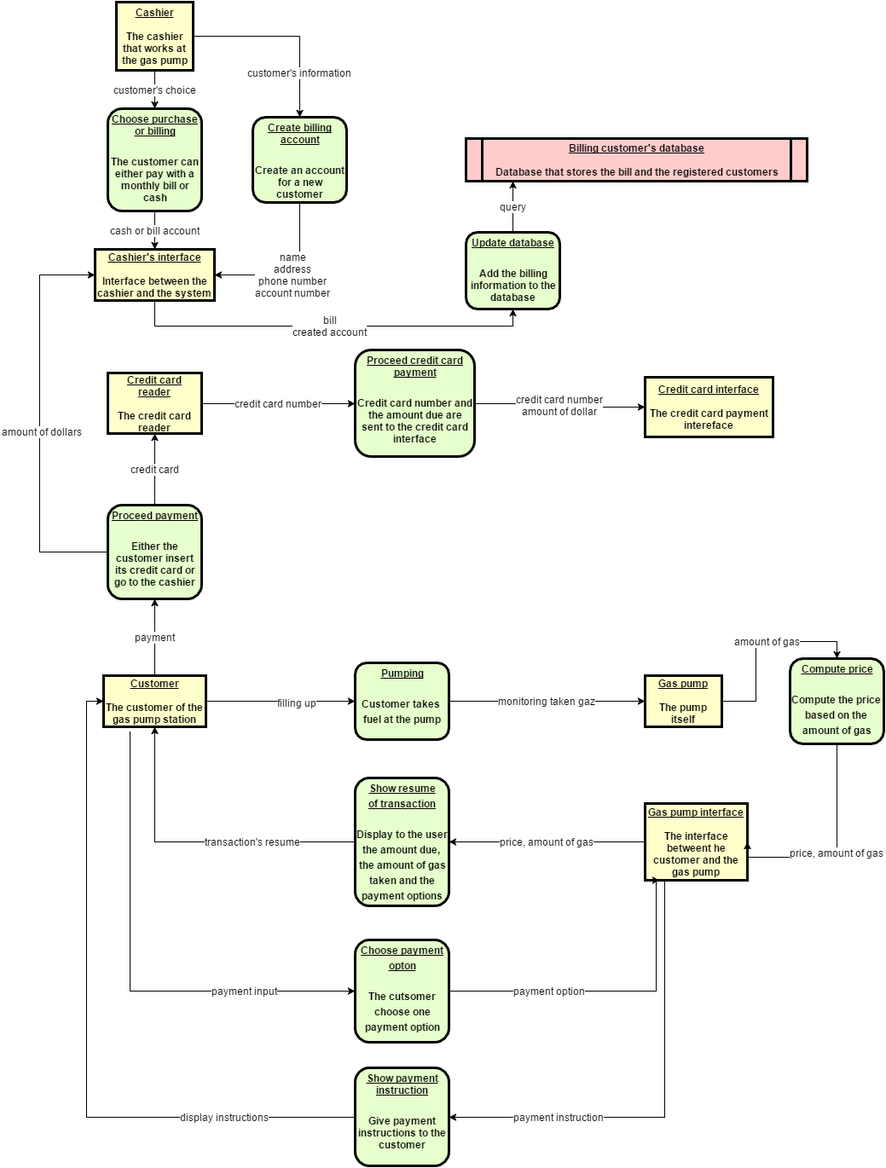
The draw.io diagram Assignment 1/data-flow-diagram.png in ahauet/LINGI2251_Development_Methods, before a commit. Source tidied: cells renumbered, new cells last; positions are measured from the earlier drawing's top-left corner, leaving out a move shared by most shapes.
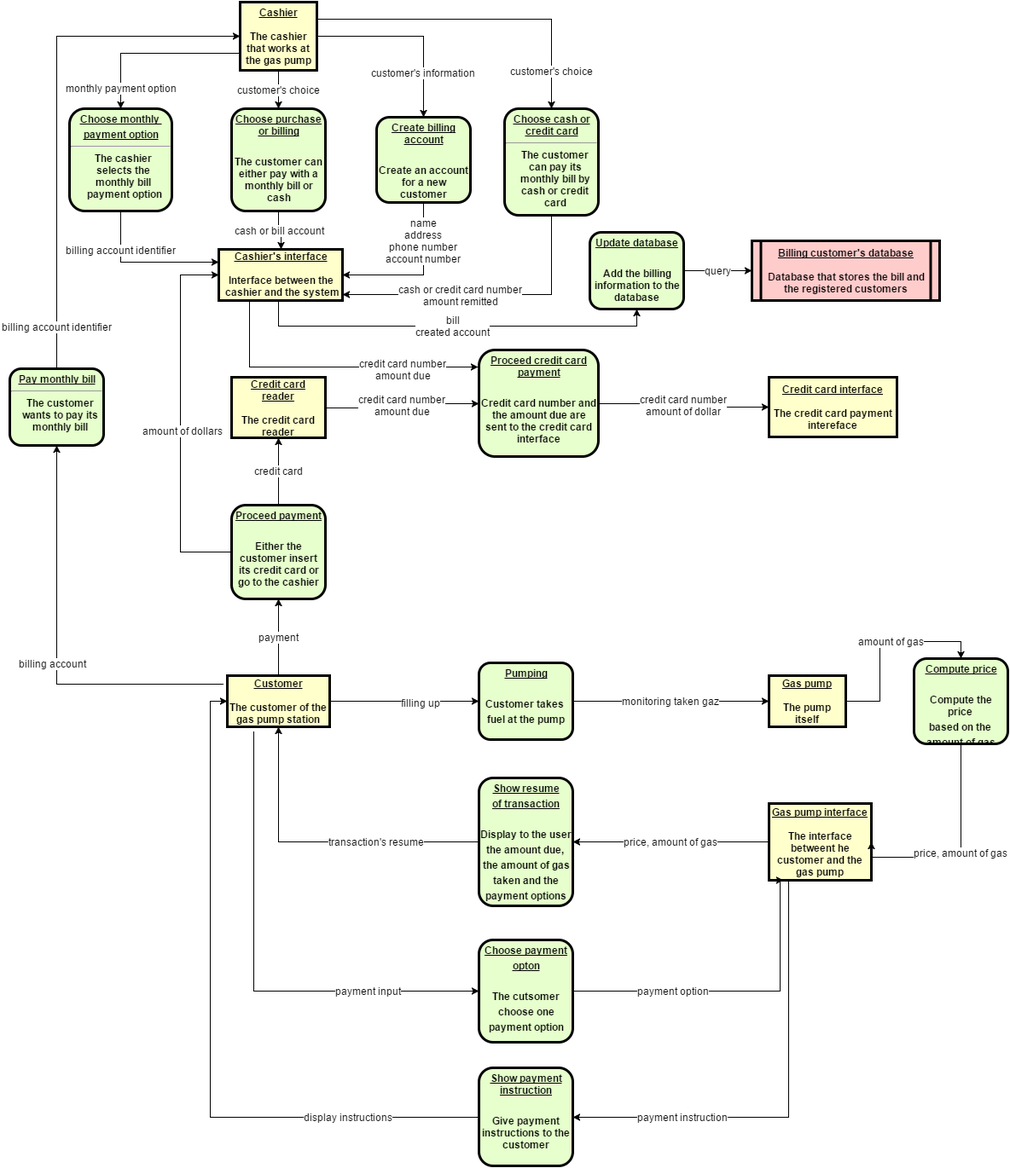
The same file after the commit.

Commit message:
update dataflow diagram

What changed in the source:
```diff
@@ -88,14 +88,26 @@
         </Array>
       </mxGeometry>
     </mxCell>
+    <mxCell id="43" style="edgeStyle=orthogonalEdgeStyle;rounded=0;html=1;exitX=0.25;exitY=1;entryX=-0.007;entryY=0.16;entryPerimeter=0;jettySize=auto;fontSize=12;" parent="1" edge="1" source="21" target="32">
+      <mxGeometry relative="1" as="geometry">
+        <Array as="points">
+          <mxPoint x="101" y="428" />
+        </Array>
+      </mxGeometry>
+    </mxCell>
+    <mxCell id="44" value="credit card number&lt;div&gt;amount due&lt;/div&gt;" style="text;html=1;align=center;verticalAlign=middle;labelBackgroundColor=#ffffff;" parent="43" vertex="1">
+      <mxGeometry y="-3" relative="1" as="geometry">
+        <mxPoint x="84" y="-1" as="offset" />
+      </mxGeometry>
+    </mxCell>
-    <mxCell id="21" value="&lt;u&gt;Cashier's interface&lt;/u&gt;&lt;div&gt;&lt;br&gt;&lt;/div&gt;&lt;div&gt;Interface between the cashier and the system&lt;/div&gt;" style="verticalAlign=middle;align=center;overflow=fill;fontSize=12;fontFamily=Helvetica;html=1;rounded=0;fontStyle=1;strokeWidth=3;fillColor=#FFFFCC;fontColor=#000000;strokeColor=#000000;" parent="1" vertex="1">
-      <mxGeometry x="65" y="290" width="140" height="60" as="geometry" />
+    <mxCell id="21" value="&lt;u&gt;Cashier's interface&lt;/u&gt;&lt;div&gt;&lt;br&gt;&lt;/div&gt;&lt;div&gt;Interface between the&lt;/div&gt;&lt;div&gt;&amp;nbsp;cashier and the system&lt;/div&gt;" style="verticalAlign=middle;align=center;overflow=fill;fontSize=12;fontFamily=Helvetica;html=1;rounded=0;fontStyle=1;strokeWidth=3;fillColor=#FFFFCC;fontColor=#000000;strokeColor=#000000;whiteSpace=wrap;" parent="1" vertex="1">
+      <mxGeometry x="65" y="290" width="145" height="60" as="geometry" />
     </mxCell>
-    <mxCell id="22" value="credit card number" style="edgeStyle=orthogonalEdgeStyle;rounded=0;html=1;exitX=1;exitY=0.5;entryX=0;entryY=0.5;jettySize=auto;fontSize=12;" parent="1" edge="1" source="23" target="32">
+    <mxCell id="22" value="credit card number&lt;div&gt;amount due&lt;/div&gt;" style="edgeStyle=orthogonalEdgeStyle;rounded=0;html=1;exitX=1;exitY=0.5;entryX=0;entryY=0.5;jettySize=auto;fontSize=12;" parent="1" edge="1" source="23" target="32">
       <mxGeometry relative="1" as="geometry" />
     </mxCell>
     <mxCell id="23" value="&lt;u&gt;Credit card reader&lt;/u&gt;&lt;div&gt;&lt;br&gt;&lt;/div&gt;&lt;div&gt;The credit card reader&lt;/div&gt;" style="whiteSpace=wrap;align=center;verticalAlign=middle;fontStyle=1;strokeWidth=3;fillColor=#FFFFCC;html=1;" parent="1" vertex="1">
-      <mxGeometry x="80" y="435" width="110" height="71" as="geometry" />
+      <mxGeometry x="80" y="440" width="110" height="71" as="geometry" />
     </mxCell>
     <mxCell id="24" value="&lt;u&gt;Credit card interface&lt;/u&gt;&lt;div&gt;&lt;br&gt;&lt;/div&gt;&lt;div&gt;The credit card payment intereface&lt;/div&gt;" style="whiteSpace=wrap;align=center;verticalAlign=middle;fontStyle=1;strokeWidth=3;fillColor=#FFFFCC;html=1;" parent="1" vertex="1">
       <mxGeometry x="710" y="440" width="150" height="70" as="geometry" />
@@ -112,14 +124,24 @@
     <mxCell id="28" style="edgeStyle=orthogonalEdgeStyle;rounded=0;html=1;exitX=0;exitY=0.5;entryX=0;entryY=0.5;jettySize=auto;fontSize=12;" parent="1" edge="1" source="30" target="21">
       <mxGeometry relative="1" as="geometry">
         <Array as="points">
-          <mxPoint y="645" />
-          <mxPoint y="320" />
+          <mxPoint x="20" y="645" />
+          <mxPoint x="20" y="320" />
         </Array>
       </mxGeometry>
     </mxCell>
     <mxCell id="29" value="amount of dollars" style="text;html=1;align=center;verticalAlign=middle;labelBackgroundColor=#ffffff;fontSize=12;" parent="28" vertex="1">
       <mxGeometry x="-0.05" y="-2" relative="1" as="geometry" />
     </mxCell>
+    <mxCell id="45" style="edgeStyle=orthogonalEdgeStyle;rounded=0;html=1;entryX=0.5;entryY=1;jettySize=auto;fontSize=12;" parent="1" edge="1" target="53">
+      <mxGeometry relative="1" as="geometry">
+        <mxPoint x="70" y="800" as="sourcePoint" />
+      </mxGeometry>
+    </mxCell>
+    <mxCell id="46" value="billing account" style="text;html=1;align=center;verticalAlign=middle;labelBackgroundColor=#ffffff;" parent="45" vertex="1">
+      <mxGeometry x="0.28" y="2" relative="1" as="geometry">
+        <mxPoint x="-3" y="85" as="offset" />
+      </mxGeometry>
+    </mxCell>
     <mxCell id="30" value="&lt;p style=&quot;margin: 0px ; margin-top: 4px ; text-align: center ; text-decoration: underline&quot;&gt;Proceed payment&lt;/p&gt;&lt;p style=&quot;margin: 0px ; margin-top: 4px ; text-align: center ; text-decoration: underline&quot;&gt;&lt;br&gt;&lt;/p&gt;&lt;p style=&quot;margin: 4px 0px 0px ; text-align: center&quot;&gt;Either the customer insert its credit card or go to the cashier&lt;/p&gt;" style="verticalAlign=middle;align=center;overflow=fill;fontSize=12;fontFamily=Helvetica;html=1;rounded=1;fontStyle=1;strokeWidth=3;fillColor=#E6FFCC;whiteSpace=wrap;" parent="1" vertex="1">
       <mxGeometry x="80" y="590" width="110" height="110" as="geometry" />
     </mxCell>
@@ -137,6 +159,22 @@
         <mxPoint x="40" y="40" as="offset" />
       </mxGeometry>
     </mxCell>
+    <mxCell id="47" style="edgeStyle=orthogonalEdgeStyle;rounded=0;html=1;exitX=0;exitY=0.75;entryX=0.5;entryY=0;jettySize=auto;fontSize=12;" parent="1" edge="1" source="35" target="56">
+      <mxGeometry relative="1" as="geometry" />
+    </mxCell>
+    <mxCell id="48" value="&lt;span&gt;monthly payment option&lt;/span&gt;" style="text;html=1;align=center;verticalAlign=middle;labelBackgroundColor=#ffffff;" parent="47" vertex="1">
+      <mxGeometry x="0.35" y="8" relative="1" as="geometry">
+        <mxPoint x="-2" y="32" as="offset" />
+      </mxGeometry>
+    </mxCell>
+    <mxCell id="49" style="edgeStyle=orthogonalEdgeStyle;rounded=0;html=1;exitX=1;exitY=0.25;entryX=0.5;entryY=0;jettySize=auto;fontSize=12;" parent="1" edge="1" source="35" target="59">
+      <mxGeometry relative="1" as="geometry" />
+    </mxCell>
+    <mxCell id="50" value="customer's choice" style="text;html=1;align=center;verticalAlign=middle;labelBackgroundColor=#ffffff;" parent="49" vertex="1">
+      <mxGeometry x="-0.08" y="-3" relative="1" as="geometry">
+        <mxPoint x="101" y="57" as="offset" />
+      </mxGeometry>
+    </mxCell>
     <mxCell id="35" value="&lt;u&gt;Cashier&lt;/u&gt;&lt;div&gt;&lt;br&gt;&lt;/div&gt;&lt;div&gt;The cashier that works at the gas pump&lt;/div&gt;" style="whiteSpace=wrap;align=center;verticalAlign=middle;fontStyle=1;strokeWidth=3;fillColor=#FFFFCC;html=1;" parent="1" vertex="1">
       <mxGeometry x="90" width="90" height="80" as="geometry" />
     </mxCell>
@@ -147,19 +185,54 @@
       <mxGeometry x="80" y="125" width="110" height="120" as="geometry" />
     </mxCell>
     <mxCell id="38" value="name&lt;div&gt;address&lt;/div&gt;&lt;div&gt;phone number&lt;/div&gt;&lt;div&gt;account number&lt;/div&gt;" style="edgeStyle=orthogonalEdgeStyle;rounded=0;html=1;exitX=0.5;exitY=1;entryX=1;entryY=0.5;jettySize=auto;fontSize=12;" parent="1" edge="1" source="39" target="21">
-      <mxGeometry relative="1" as="geometry" />
+      <mxGeometry x="-0.5" relative="1" as="geometry">
+        <Array as="points">
+          <mxPoint x="305" y="320" />
+        </Array>
+      </mxGeometry>
     </mxCell>
     <mxCell id="39" value="&lt;p style=&quot;margin: 0px ; margin-top: 4px ; text-align: center ; text-decoration: underline&quot;&gt;Create billing account&lt;/p&gt;&lt;p style=&quot;margin: 0px ; margin-top: 4px ; text-align: center ; text-decoration: underline&quot;&gt;&lt;br&gt;&lt;/p&gt;&lt;p style=&quot;margin: 4px 0px 0px ; text-align: center&quot;&gt;Create an account for a new customer&lt;/p&gt;" style="verticalAlign=middle;align=center;overflow=fill;fontSize=12;fontFamily=Helvetica;html=1;rounded=1;fontStyle=1;strokeWidth=3;fillColor=#E6FFCC;whiteSpace=wrap;" parent="1" vertex="1">
       <mxGeometry x="250" y="135" width="110" height="100" as="geometry" />
     </mxCell>
     <mxCell id="40" value="&lt;u&gt;Billing customer's database&lt;/u&gt;&lt;div&gt;&lt;br&gt;&lt;/div&gt;&lt;div&gt;Database that stores the bill and the registered customers&lt;/div&gt;" style="shape=process;whiteSpace=wrap;align=center;verticalAlign=middle;size=0.0475;fontStyle=1;strokeWidth=3;fillColor=#FFCCCC;html=1;" parent="1" vertex="1">
-      <mxGeometry x="500" y="160" width="400" height="50" as="geometry" />
+      <mxGeometry x="690" y="280" width="220" height="70" as="geometry" />
     </mxCell>
-    <mxCell id="41" value="query" style="edgeStyle=orthogonalEdgeStyle;rounded=0;html=1;exitX=0.5;exitY=0;entryX=0.138;entryY=1;entryPerimeter=0;jettySize=auto;fontSize=12;" parent="1" edge="1" source="42" target="40">
+    <mxCell id="41" value="query" style="edgeStyle=orthogonalEdgeStyle;rounded=0;html=1;exitX=1;exitY=0.5;entryX=0;entryY=0.5;jettySize=auto;fontSize=12;" parent="1" edge="1" source="42" target="40">
       <mxGeometry relative="1" as="geometry" />
     </mxCell>
     <mxCell id="42" value="&lt;p style=&quot;margin: 0px ; margin-top: 4px ; text-align: center ; text-decoration: underline&quot;&gt;Update database&lt;/p&gt;&lt;p style=&quot;margin: 0px ; margin-top: 4px ; text-align: center ; text-decoration: underline&quot;&gt;&lt;br&gt;&lt;/p&gt;&lt;p style=&quot;margin: 4px 0px 0px ; text-align: center&quot;&gt;Add the billing information to the database&lt;/p&gt;" style="verticalAlign=middle;align=center;overflow=fill;fontSize=12;fontFamily=Helvetica;html=1;rounded=1;fontStyle=1;strokeWidth=3;fillColor=#E6FFCC;whiteSpace=wrap;" parent="1" vertex="1">
       <mxGeometry x="500" y="270" width="110" height="90" as="geometry" />
     </mxCell>
+    <mxCell id="51" style="edgeStyle=orthogonalEdgeStyle;rounded=0;html=1;exitX=0.5;exitY=0;entryX=0;entryY=0.5;jettySize=auto;fontSize=12;" parent="1" edge="1" source="53" target="35">
+      <mxGeometry relative="1" as="geometry" />
+    </mxCell>
+    <mxCell id="52" value="billing account identifier" style="text;html=1;align=center;verticalAlign=middle;labelBackgroundColor=#ffffff;" parent="51" vertex="1">
+      <mxGeometry x="-0.35" y="-4" relative="1" as="geometry">
+        <mxPoint x="-4" y="148" as="offset" />
+      </mxGeometry>
+    </mxCell>
+    <mxCell id="53" value="&lt;p style=&quot;margin: 0px ; margin-top: 4px ; text-align: center ; text-decoration: underline&quot;&gt;&lt;strong&gt;Pay monthly bill&lt;br&gt;&lt;/strong&gt;&lt;/p&gt;&lt;hr&gt;&lt;p style=&quot;margin: 0px ; margin-left: 8px&quot;&gt;The customer wants to pay its monthly bill&lt;/p&gt;" style="verticalAlign=middle;align=center;overflow=fill;fontSize=12;fontFamily=Helvetica;html=1;rounded=1;fontStyle=1;strokeWidth=3;fillColor=#E6FFCC;whiteSpace=wrap;" parent="1" vertex="1">
+      <mxGeometry x="-180" y="430" width="110" height="90" as="geometry" />
+    </mxCell>
+    <mxCell id="54" style="edgeStyle=orthogonalEdgeStyle;rounded=0;html=1;exitX=0.5;exitY=1;entryX=0;entryY=0.25;jettySize=auto;fontSize=12;" parent="1" edge="1" source="56" target="21">
+      <mxGeometry relative="1" as="geometry" />
+    </mxCell>
+    <mxCell id="55" value="billing account identifier" style="text;html=1;align=center;verticalAlign=middle;labelBackgroundColor=#ffffff;" parent="54" vertex="1">
+      <mxGeometry x="-0.42" y="2" relative="1" as="geometry">
+        <mxPoint x="-2" y="-6" as="offset" />
+      </mxGeometry>
+    </mxCell>
+    <mxCell id="56" value="&lt;p style=&quot;margin: 0px ; margin-top: 4px ; text-align: center ; text-decoration: underline&quot;&gt;&lt;strong&gt;Choose monthly&amp;nbsp;&lt;/strong&gt;&lt;/p&gt;&lt;p style=&quot;margin: 0px ; margin-top: 4px ; text-align: center ; text-decoration: underline&quot;&gt;&lt;strong&gt;payment option&lt;br&gt;&lt;/strong&gt;&lt;/p&gt;&lt;hr&gt;&lt;p style=&quot;margin: 0px ; margin-left: 8px&quot;&gt;The cashier&amp;nbsp;&lt;/p&gt;&lt;p style=&quot;margin: 0px ; margin-left: 8px&quot;&gt;selects the&amp;nbsp;&lt;/p&gt;&lt;p style=&quot;margin: 0px ; margin-left: 8px&quot;&gt;monthly bill&amp;nbsp;&lt;/p&gt;&lt;p style=&quot;margin: 0px ; margin-left: 8px&quot;&gt;payment option&lt;/p&gt;" style="verticalAlign=middle;align=center;overflow=fill;fontSize=12;fontFamily=Helvetica;html=1;rounded=1;fontStyle=1;strokeWidth=3;fillColor=#E6FFCC;whiteSpace=wrap;" parent="1" vertex="1">
+      <mxGeometry x="-110" y="125" width="120" height="120" as="geometry" />
+    </mxCell>
+    <mxCell id="57" style="edgeStyle=orthogonalEdgeStyle;rounded=0;html=1;exitX=0.5;exitY=1;entryX=1;entryY=0.883;entryPerimeter=0;jettySize=auto;fontSize=12;" parent="1" edge="1" source="59" target="21">
+      <mxGeometry relative="1" as="geometry" />
+    </mxCell>
+    <mxCell id="58" value="cash or credit card number&lt;br&gt;amount remitted" style="text;html=1;align=center;verticalAlign=middle;labelBackgroundColor=#ffffff;" parent="57" vertex="1">
+      <mxGeometry x="0.18" relative="1" as="geometry" />
+    </mxCell>
+    <mxCell id="59" value="&lt;p style=&quot;margin: 0px ; margin-top: 4px ; text-align: center ; text-decoration: underline&quot;&gt;&lt;strong&gt;Choose cash or credit card&lt;br&gt;&lt;/strong&gt;&lt;/p&gt;&lt;hr&gt;&lt;p style=&quot;margin: 0px ; margin-left: 8px&quot;&gt;The customer can pay its monthly bill by cash or credit card&lt;/p&gt;" style="verticalAlign=middle;align=center;overflow=fill;fontSize=12;fontFamily=Helvetica;html=1;rounded=1;fontStyle=1;strokeWidth=3;fillColor=#E6FFCC;whiteSpace=wrap;" parent="1" vertex="1">
+      <mxGeometry x="400" y="125" width="110" height="125" as="geometry" />
+    </mxCell>
   </root>
 </mxGraphModel>
```
